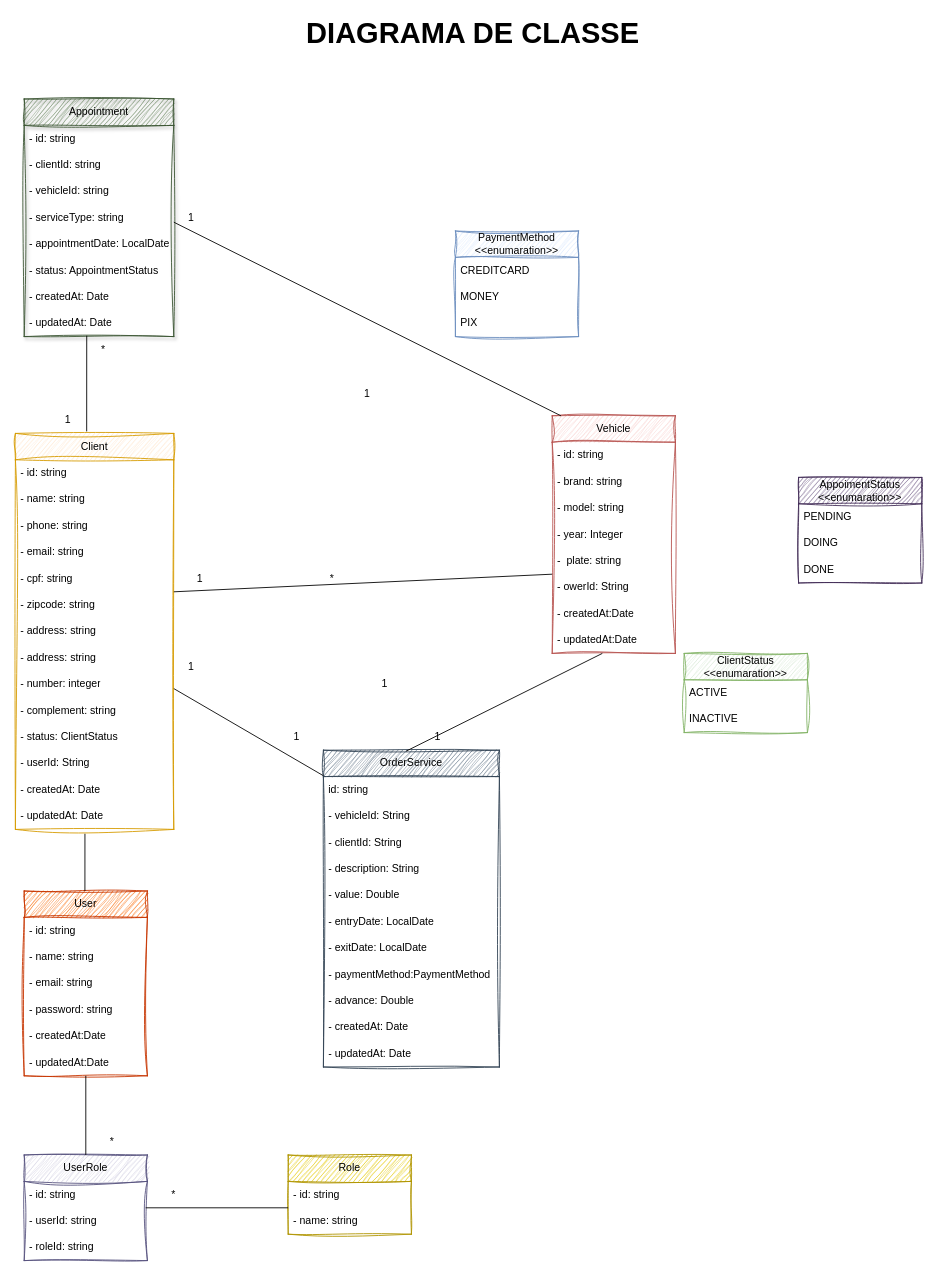
The draw.io diagram docs/diagram.drawio in Luke0195/workshop_garage, before the edit. Source tidied: cells renumbered, new cells numbered last; positions are measured from the earlier drawing's top-left corner, leaving out a move shared by most shapes. Both pictures are drawn from the tidied source at 88%, with x=0, y=0 at pixel (15, 19).
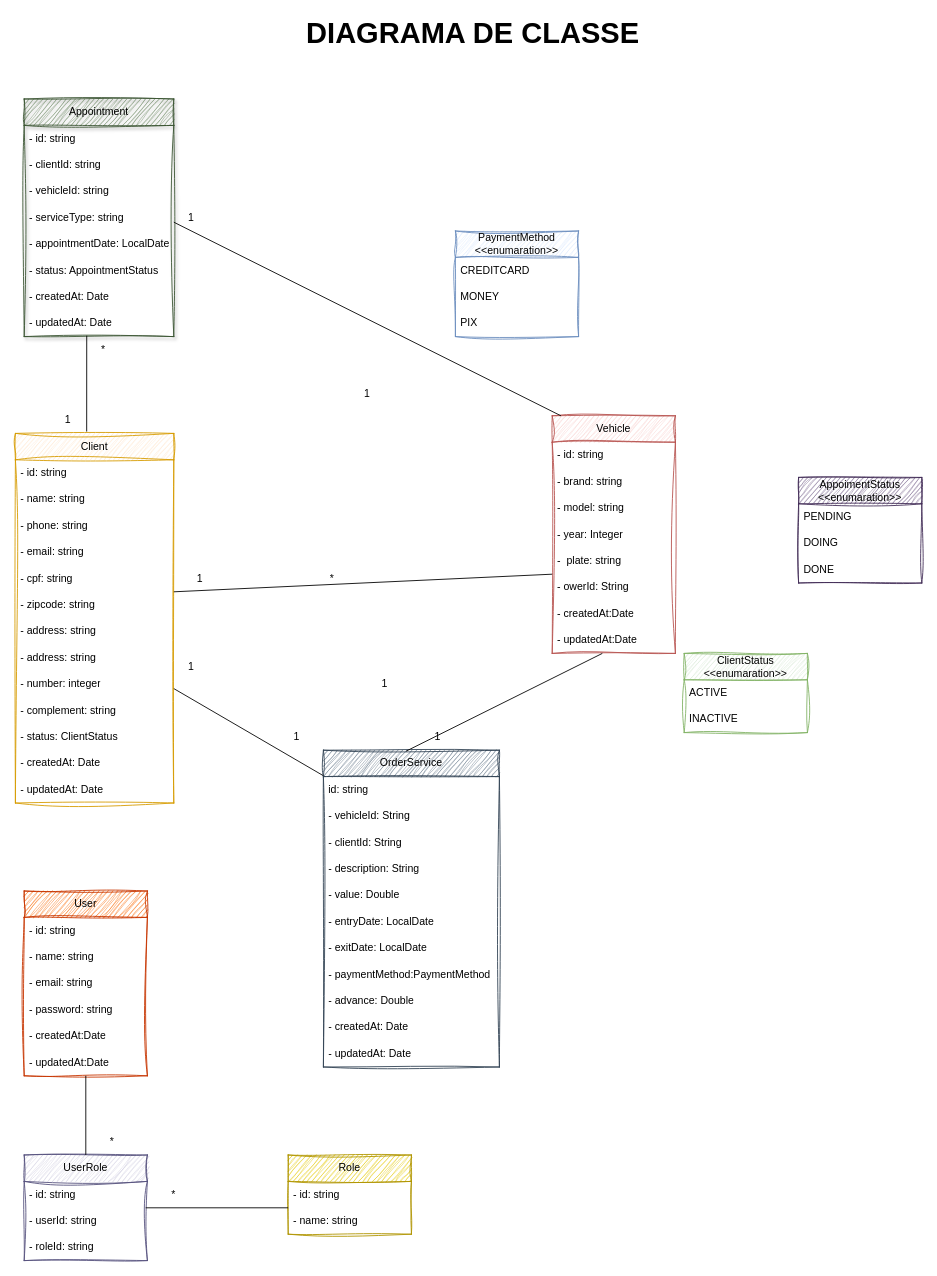
After the change.

The edit, as a diff of the source:
```diff
@@
     <mxCell id="2" value="Client" style="swimlane;fontStyle=0;horizontal=1;startSize=30;whiteSpace=wrap;html=1;sketch=1;curveFitting=1;jiggle=2;fillColor=#ffe6cc;strokeColor=#d79b00;" parent="1" vertex="1">
-      <mxGeometry y="470" width="180" height="450" as="geometry" />
+      <mxGeometry y="470" width="180" height="420" as="geometry" />
     </mxCell>
@@
-    <mxCell id="14" value="- userId: String" style="text;strokeColor=none;fillColor=none;align=left;verticalAlign=middle;spacingLeft=4;spacingRight=4;overflow=hidden;whiteSpace=wrap;html=1;" parent="2" vertex="1">
-      <mxGeometry y="360" width="180" height="30" as="geometry" />
-    </mxCell>
     <mxCell id="15" value="- createdAt: Date" style="text;strokeColor=none;fillColor=none;align=left;verticalAlign=middle;spacingLeft=4;spacingRight=4;overflow=hidden;whiteSpace=wrap;html=1;" parent="2" vertex="1">
-      <mxGeometry y="390" width="180" height="30" as="geometry" />
+      <mxGeometry y="360" width="180" height="30" as="geometry" />
     </mxCell>
     <mxCell id="16" value="- updatedAt: Date" style="text;strokeColor=none;fillColor=none;align=left;verticalAlign=middle;spacingLeft=4;spacingRight=4;overflow=hidden;points=[[0,0.5],[1,0.5]];portConstraint=eastwest;whiteSpace=wrap;html=1;" parent="2" vertex="1">
-      <mxGeometry y="420" width="180" height="30" as="geometry" />
+      <mxGeometry y="390" width="180" height="30" as="geometry" />
     </mxCell>
@@
-    <mxCell id="80" style="endArrow=none;html=1;entryX=0.439;entryY=1.167;entryDx=0;entryDy=0;entryPerimeter=0;" parent="1" edge="1" target="16">
-      <mxGeometry relative="1" as="geometry">
-        <mxPoint x="79" y="990" as="sourcePoint" />
-      </mxGeometry>
-    </mxCell>
```
